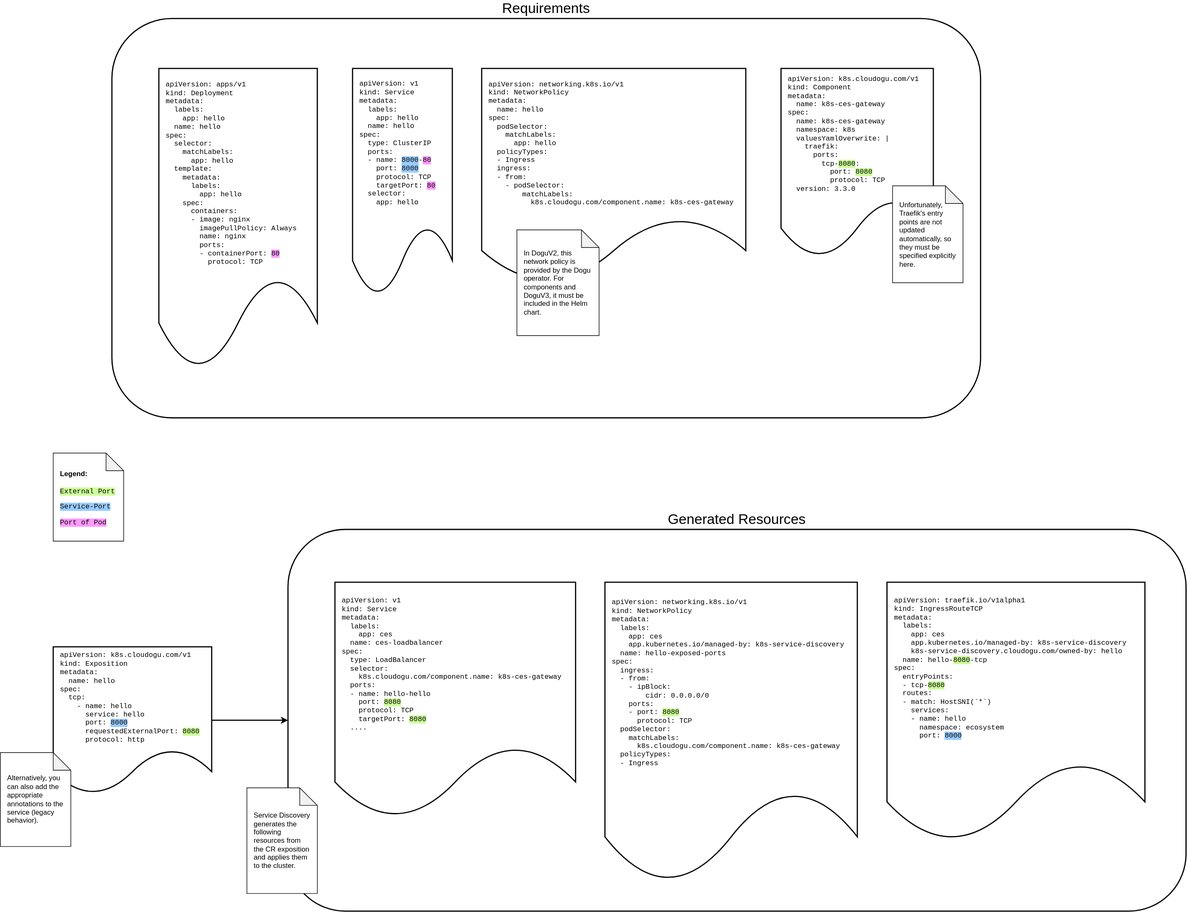
Before: docs/operations/figures/exposition_port-mappings_en.drawio.svg, a diagram exported from draw.io (cloudogu/k8s-service-discovery). Source tidied: cells renumbered, new cells last; positions are measured from the earlier drawing's top-left corner, leaving out a move shared by most shapes.
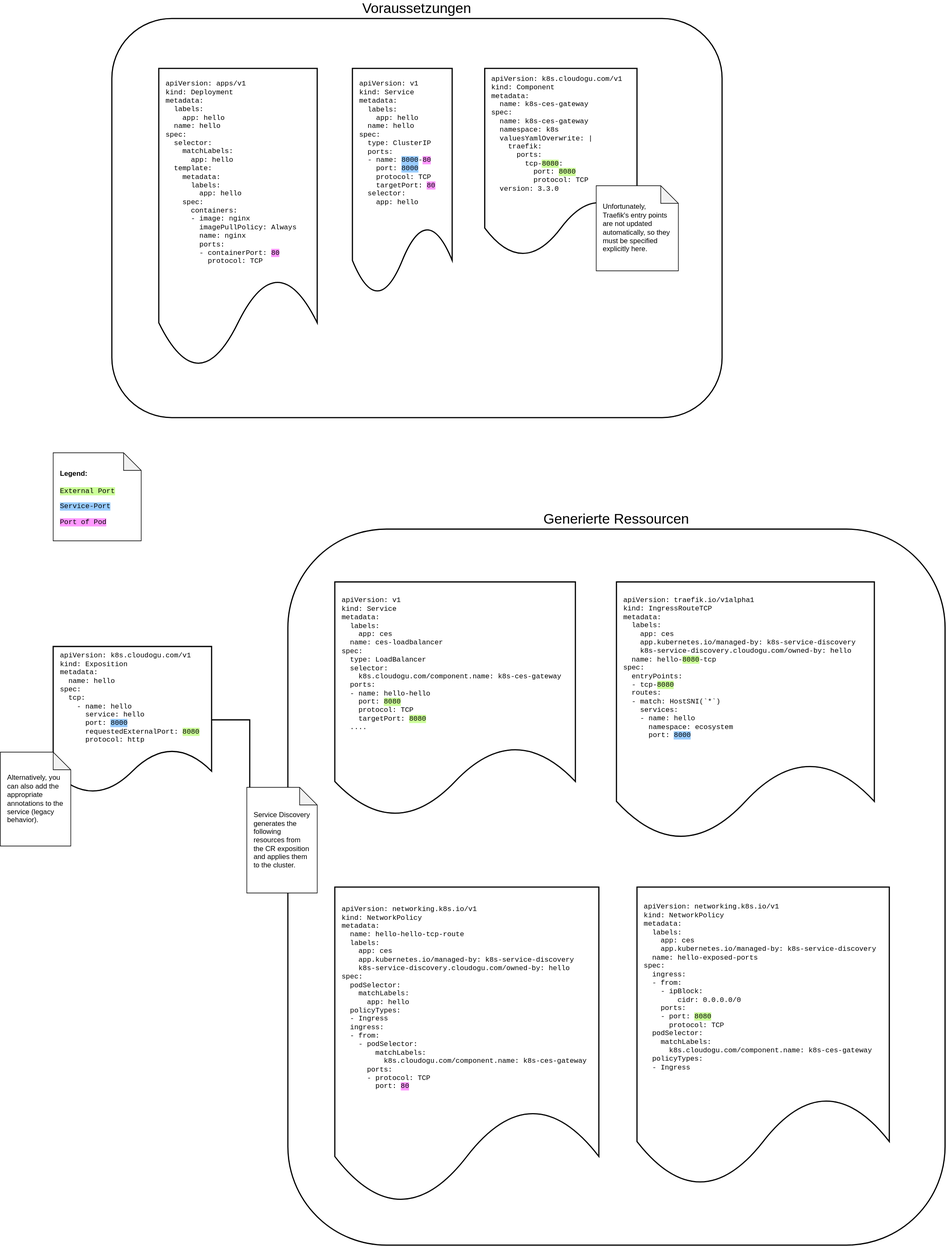
After the commit.

Change to the diagram source:
```diff
@@ -2,8 +2,8 @@
   <root>
     <mxCell id="0" />
     <mxCell id="1" parent="0" />
-    <mxCell id="2" value="&lt;font style=&quot;font-size: 24px;&quot;&gt;Generated Resources&lt;/font&gt;" style="rounded=1;whiteSpace=wrap;html=1;strokeWidth=2;labelPosition=center;verticalLabelPosition=top;align=center;verticalAlign=bottom;" parent="1" vertex="1">
-      <mxGeometry x="490" y="870" width="1530" height="650" as="geometry" />
+    <mxCell id="2" value="&lt;font style=&quot;font-size: 24px;&quot;&gt;Generierte Ressourcen&lt;/font&gt;" style="rounded=1;whiteSpace=wrap;html=1;strokeWidth=2;labelPosition=center;verticalLabelPosition=top;align=center;verticalAlign=bottom;" parent="1" vertex="1">
+      <mxGeometry x="490" y="870" width="1120" height="1220" as="geometry" />
     </mxCell>
     <mxCell id="3" style="edgeStyle=orthogonalEdgeStyle;rounded=0;jettySize=auto;html=1;exitX=1;exitY=0.5;exitDx=0;exitDy=0;entryX=0;entryY=0.5;entryDx=0;entryDy=0;strokeWidth=2;" parent="1" edge="1" source="4" target="2">
       <mxGeometry relative="1" as="geometry" />
@@ -12,16 +12,16 @@
       <mxGeometry x="90" y="1070" width="270" height="250" as="geometry" />
     </mxCell>
     <mxCell id="5" value="&lt;div align=&quot;left&quot;&gt;&lt;pre&gt;&lt;font face=&quot;Courier New&quot;&gt;apiVersion: networking.k8s.io/v1&lt;br&gt;kind: NetworkPolicy&lt;br&gt;metadata:&lt;br&gt;&amp;nbsp; labels:&lt;br&gt;&amp;nbsp; &amp;nbsp; app: ces&lt;br&gt;&amp;nbsp; &amp;nbsp; app.kubernetes.io/managed-by: k8s-service-discovery&lt;br&gt;&amp;nbsp; name: hello-exposed-ports&lt;br&gt;spec:&lt;br&gt;&amp;nbsp; ingress:&lt;br&gt;&amp;nbsp; - from:&lt;br&gt;&amp;nbsp; &amp;nbsp; - ipBlock:&lt;br&gt;&amp;nbsp; &amp;nbsp; &amp;nbsp; &amp;nbsp; cidr: 0.0.0.0/0&lt;br&gt;&amp;nbsp; &amp;nbsp; ports:&lt;br&gt;&amp;nbsp; &amp;nbsp; - port: &lt;span style=&quot;background-color: rgb(204, 255, 153);&quot;&gt;8080&lt;/span&gt;&lt;br&gt;&amp;nbsp; &amp;nbsp; &amp;nbsp; protocol: TCP&lt;br&gt;&amp;nbsp; podSelector:&lt;br&gt;&amp;nbsp; &amp;nbsp; matchLabels:&lt;br&gt;&amp;nbsp; &amp;nbsp; &amp;nbsp; k8s.cloudogu.com/component.name: k8s-ces-gateway&lt;br&gt;&amp;nbsp; policyTypes:&lt;br&gt;&amp;nbsp; - Ingress&lt;/font&gt;&lt;/pre&gt;&lt;br&gt;&lt;/div&gt;" style="shape=document;whiteSpace=wrap;html=1;boundedLbl=1;align=left;strokeWidth=2;perimeterSpacing=0;spacing=12;" parent="1" vertex="1">
-      <mxGeometry x="1030" y="960" width="430" height="510" as="geometry" />
+      <mxGeometry x="1085" y="1480" width="430" height="510" as="geometry" />
     </mxCell>
     <mxCell id="6" value="&lt;div align=&quot;left&quot;&gt;&lt;pre&gt;&lt;font face=&quot;Courier New&quot;&gt;apiVersion: traefik.io/v1alpha1&lt;br&gt;kind: IngressRouteTCP&lt;br&gt;metadata:&lt;br&gt;  labels:&lt;br&gt;    app: ces&lt;br&gt;    app.kubernetes.io/managed-by: k8s-service-discovery&lt;br&gt;    k8s-service-discovery.cloudogu.com/owned-by: hello&lt;br&gt;  name: hello-&lt;span style=&quot;background-color: rgb(204, 255, 153);&quot;&gt;8080&lt;/span&gt;-tcp&lt;br&gt;spec:&lt;br&gt;  entryPoints:&lt;br&gt;  - tcp-&lt;span style=&quot;background-color: rgb(204, 255, 153);&quot;&gt;8080&lt;/span&gt;&lt;br&gt;  routes:&lt;br&gt;  - match: HostSNI(`*`)&lt;br&gt;    services:&lt;br&gt;    - name: hello&lt;br&gt;      namespace: ecosystem&lt;br&gt;      port: &lt;span style=&quot;background-color: rgb(153, 204, 255);&quot;&gt;8000&lt;/span&gt;&lt;/font&gt;&lt;/pre&gt;&lt;br&gt;&lt;/div&gt;" style="shape=document;whiteSpace=wrap;html=1;boundedLbl=1;align=left;strokeWidth=2;perimeterSpacing=0;spacing=12;" parent="1" vertex="1">
-      <mxGeometry x="1510.5" y="960" width="439.5" height="440" as="geometry" />
+      <mxGeometry x="1050" y="960" width="439.5" height="440" as="geometry" />
     </mxCell>
     <mxCell id="7" value="&lt;pre&gt;&lt;font face=&quot;Courier New&quot;&gt;apiVersion: v1&lt;br&gt;kind: Service&lt;br&gt;metadata:&lt;br&gt;&amp;nbsp; labels:&lt;br&gt;&amp;nbsp; &amp;nbsp; app: ces&lt;br&gt;&amp;nbsp; name: ces-loadbalancer&lt;br&gt;spec:&lt;/font&gt;&lt;font face=&quot;Courier New&quot;&gt;&lt;br&gt;&amp;nbsp; type: LoadBalancer&lt;/font&gt;&lt;font face=&quot;Courier New&quot;&gt;&lt;br&gt;&amp;nbsp; selector:&lt;br&gt;&amp;nbsp; &amp;nbsp; k8s.cloudogu.com/component.name: k8s-ces-gateway&lt;br&gt;&lt;/font&gt;&lt;font face=&quot;Courier New&quot;&gt;&amp;nbsp; ports:&lt;br&gt;&amp;nbsp; - name: hello-hello&lt;br&gt;&amp;nbsp; &amp;nbsp; port: &lt;span style=&quot;background-color: rgb(204, 255, 153);&quot;&gt;8080&lt;/span&gt;&lt;br&gt;&amp;nbsp; &amp;nbsp; protocol: TCP&lt;br&gt;&amp;nbsp; &amp;nbsp; targetPort: &lt;span style=&quot;background-color: rgb(204, 255, 153);&quot;&gt;8080&lt;/span&gt;&lt;br&gt;&amp;nbsp; ....&lt;/font&gt;&lt;/pre&gt;" style="shape=document;whiteSpace=wrap;html=1;boundedLbl=1;align=left;strokeWidth=2;perimeterSpacing=0;spacing=12;" parent="1" vertex="1">
       <mxGeometry x="570" y="960" width="410" height="400" as="geometry" />
     </mxCell>
-    <mxCell id="8" value="&lt;font style=&quot;font-size: 24px;&quot;&gt;Requirements&lt;/font&gt;" style="rounded=1;whiteSpace=wrap;html=1;strokeWidth=2;labelPosition=center;verticalLabelPosition=top;align=center;verticalAlign=bottom;" parent="1" vertex="1">
-      <mxGeometry x="190" width="1480" height="680" as="geometry" />
+    <mxCell id="8" value="&lt;font style=&quot;font-size: 24px;&quot;&gt;Voraussetzungen&lt;/font&gt;" style="rounded=1;whiteSpace=wrap;html=1;strokeWidth=2;labelPosition=center;verticalLabelPosition=top;align=center;verticalAlign=bottom;" parent="1" vertex="1">
+      <mxGeometry x="190" width="1040" height="680" as="geometry" />
     </mxCell>
     <mxCell id="9" value="&lt;pre&gt;&lt;font face=&quot;Courier New&quot;&gt;apiVersion: apps/v1&lt;br&gt;kind: Deployment&lt;br&gt;metadata:&lt;br&gt;&amp;nbsp; labels:&lt;br&gt;&amp;nbsp; &amp;nbsp; app: hello&lt;br&gt;&amp;nbsp; name: hello&lt;br&gt;spec:&lt;br&gt;&amp;nbsp; selector:&lt;br&gt;&amp;nbsp; &amp;nbsp; matchLabels:&lt;br&gt;&amp;nbsp; &amp;nbsp; &amp;nbsp; app: hello&lt;br&gt;&amp;nbsp; template:&lt;br&gt;&amp;nbsp; &amp;nbsp; metadata:&lt;br&gt;&amp;nbsp; &amp;nbsp; &amp;nbsp; labels:&lt;br&gt;&amp;nbsp; &amp;nbsp; &amp;nbsp; &amp;nbsp; app: hello&lt;br&gt;&amp;nbsp; &amp;nbsp; spec:&lt;br&gt;&amp;nbsp; &amp;nbsp; &amp;nbsp; containers:&lt;br&gt;&amp;nbsp; &amp;nbsp; &amp;nbsp; - image: nginx&lt;br&gt;&amp;nbsp; &amp;nbsp; &amp;nbsp; &amp;nbsp; imagePullPolicy: Always&lt;br&gt;&amp;nbsp; &amp;nbsp; &amp;nbsp; &amp;nbsp; name: nginx&lt;br&gt;&amp;nbsp; &amp;nbsp; &amp;nbsp; &amp;nbsp; ports:&lt;br&gt;&amp;nbsp; &amp;nbsp; &amp;nbsp; &amp;nbsp; - containerPort: &lt;span style=&quot;background-color: rgb(255, 153, 255);&quot;&gt;80&lt;/span&gt;&lt;br&gt;&amp;nbsp; &amp;nbsp; &amp;nbsp; &amp;nbsp; &amp;nbsp; protocol: TCP&lt;/font&gt;&lt;/pre&gt;" style="shape=document;whiteSpace=wrap;html=1;boundedLbl=1;align=left;strokeWidth=2;perimeterSpacing=0;spacing=12;" parent="1" vertex="1">
       <mxGeometry x="270" y="85" width="270" height="510" as="geometry" />
@@ -29,26 +29,23 @@
     <mxCell id="10" value="&lt;pre&gt;&lt;font face=&quot;Courier New&quot;&gt;apiVersion: v1&lt;br&gt;kind: Service&lt;br&gt;metadata:&lt;br&gt;&amp;nbsp; labels:&lt;br&gt;&amp;nbsp; &amp;nbsp; app: hello&lt;br&gt;&amp;nbsp; name: hello&lt;br&gt;spec:&lt;/font&gt;&lt;font face=&quot;Courier New&quot;&gt;&lt;br&gt;&amp;nbsp; type: ClusterIP&lt;br&gt;&lt;/font&gt;&lt;font face=&quot;Courier New&quot;&gt;&amp;nbsp; ports:&lt;br&gt;&amp;nbsp; - name: &lt;span style=&quot;background-color: rgb(153, 204, 255);&quot;&gt;8000&lt;/span&gt;-&lt;span style=&quot;background-color: rgb(255, 153, 255);&quot;&gt;80&lt;/span&gt;&lt;br&gt;&amp;nbsp; &amp;nbsp; port: &lt;span style=&quot;background-color: rgb(153, 204, 255);&quot;&gt;8000&lt;/span&gt;&lt;br&gt;&amp;nbsp; &amp;nbsp; protocol: TCP&lt;br&gt;&amp;nbsp; &amp;nbsp; targetPort: &lt;span style=&quot;background-color: rgb(255, 153, 255);&quot;&gt;80&lt;/span&gt;&lt;br&gt;&amp;nbsp; selector:&lt;br&gt;&amp;nbsp; &amp;nbsp; app: hello&lt;br&gt;&lt;br&gt;&lt;/font&gt;&lt;/pre&gt;" style="shape=document;whiteSpace=wrap;html=1;boundedLbl=1;align=left;strokeWidth=2;perimeterSpacing=0;spacing=12;" parent="1" vertex="1">
       <mxGeometry x="600" y="85" width="170" height="385" as="geometry" />
     </mxCell>
-    <mxCell id="11" value="&lt;pre&gt;&lt;font face=&quot;Courier New&quot;&gt;apiVersion: networking.k8s.io/v1&lt;br&gt;kind: NetworkPolicy&lt;br&gt;metadata:&lt;br&gt;&amp;nbsp; name: hello&lt;br&gt;spec:&lt;/font&gt;&lt;font face=&quot;Courier New&quot;&gt;&lt;br&gt;&amp;nbsp; podSelector:&lt;br&gt;&amp;nbsp; &amp;nbsp; matchLabels:&lt;br&gt;&amp;nbsp; &amp;nbsp; &amp;nbsp; app: hello&lt;br&gt;&amp;nbsp; policyTypes:&lt;br&gt;&amp;nbsp; - Ingress&lt;/font&gt;&lt;font face=&quot;Courier New&quot;&gt;&lt;br&gt;&amp;nbsp; ingress:&lt;br&gt;&amp;nbsp; - from:&lt;br&gt;&amp;nbsp; &amp;nbsp; - podSelector:&lt;br&gt;&amp;nbsp; &amp;nbsp; &amp;nbsp; &amp;nbsp; matchLabels:&lt;br&gt;&amp;nbsp; &amp;nbsp; &amp;nbsp; &amp;nbsp; &amp;nbsp; k8s.cloudogu.com/component.name: k8s-ces-gateway&lt;/font&gt;&lt;/pre&gt;" style="shape=document;whiteSpace=wrap;html=1;boundedLbl=1;align=left;strokeWidth=2;perimeterSpacing=0;spacing=12;" parent="1" vertex="1">
-      <mxGeometry x="820" y="85" width="450" height="365" as="geometry" />
+    <mxCell id="11" value="&lt;pre&gt;&lt;font face=&quot;Courier New&quot;&gt;apiVersion: networking.k8s.io/v1&lt;br&gt;kind: NetworkPolicy&lt;br&gt;metadata:&lt;br&gt;&amp;nbsp; name: hello-hello-tcp-route&lt;br&gt;  labels:&lt;br&gt;    app: ces&lt;br&gt;    app.kubernetes.io/managed-by: k8s-service-discovery&lt;br&gt;    k8s-service-discovery.cloudogu.com/owned-by: hello&lt;br&gt;spec:&lt;/font&gt;&lt;font face=&quot;Courier New&quot;&gt;&lt;br&gt;&amp;nbsp; podSelector:&lt;br&gt;&amp;nbsp; &amp;nbsp; matchLabels:&lt;br&gt;&amp;nbsp; &amp;nbsp; &amp;nbsp; app: hello&lt;br&gt;&amp;nbsp; policyTypes:&lt;br&gt;&amp;nbsp; - Ingress&lt;/font&gt;&lt;font face=&quot;Courier New&quot;&gt;&lt;br&gt;&amp;nbsp; ingress:&lt;br&gt;&amp;nbsp; - from:&lt;br&gt;&amp;nbsp; &amp;nbsp; - podSelector:&lt;br&gt;&amp;nbsp; &amp;nbsp; &amp;nbsp; &amp;nbsp; matchLabels:&lt;br&gt;&amp;nbsp; &amp;nbsp; &amp;nbsp; &amp;nbsp; &amp;nbsp; k8s.cloudogu.com/component.name: k8s-ces-gateway&lt;br&gt;      ports:&lt;br&gt;      - protocol: TCP&lt;br&gt;        port: &lt;/font&gt;&lt;font face=&quot;Courier New&quot;&gt;&lt;span style=&quot;background-color: rgb(255, 153, 255);&quot;&gt;80&lt;/span&gt;&lt;/font&gt;&lt;font face=&quot;Courier New&quot;&gt; &lt;/font&gt;&lt;/pre&gt;" style="shape=document;whiteSpace=wrap;html=1;boundedLbl=1;align=left;strokeWidth=2;perimeterSpacing=0;spacing=12;" parent="1" vertex="1">
+      <mxGeometry x="570" y="1480" width="450" height="540" as="geometry" />
     </mxCell>
     <mxCell id="12" value="&lt;pre role=&quot;code&quot;&gt;apiVersion: k8s.cloudogu.com/v1&lt;br&gt;kind: Component&lt;br&gt;metadata:&lt;br&gt;&amp;nbsp; name: k8s-ces-gateway&lt;br&gt;spec:&lt;br&gt;&amp;nbsp; name: k8s-ces-gateway&lt;br&gt;&amp;nbsp; namespace: k8s&lt;br&gt;&amp;nbsp; valuesYamlOverwrite: |&lt;br&gt;&amp;nbsp; &amp;nbsp; traefik:&lt;br&gt;&amp;nbsp; &amp;nbsp; &amp;nbsp; ports:&lt;br&gt;&amp;nbsp; &amp;nbsp; &amp;nbsp; &amp;nbsp; tcp-&lt;span style=&quot;background-color: rgb(204, 255, 153);&quot;&gt;8080&lt;/span&gt;:&lt;br&gt;&amp;nbsp; &amp;nbsp; &amp;nbsp; &amp;nbsp; &amp;nbsp; port: &lt;span style=&quot;background-color: rgb(204, 255, 153);&quot;&gt;8080&lt;/span&gt;&lt;br&gt;&amp;nbsp; &amp;nbsp; &amp;nbsp; &amp;nbsp; &amp;nbsp; protocol: TCP&lt;br&gt;&amp;nbsp; version: 3.3.0&lt;/pre&gt;" style="shape=document;whiteSpace=wrap;html=1;boundedLbl=1;align=left;strokeWidth=2;perimeterSpacing=0;spacing=12;" parent="1" vertex="1">
-      <mxGeometry x="1330" y="85" width="259.5" height="320" as="geometry" />
+      <mxGeometry x="825.5" y="85" width="259.5" height="320" as="geometry" />
     </mxCell>
     <mxCell id="13" value="Unfortunately, Traefik's entry points are not updated automatically, so they must be specified explicitly here." style="shape=note;whiteSpace=wrap;html=1;backgroundOutline=1;darkOpacity=0.05;align=left;spacingLeft=0;spacing=12;" parent="1" vertex="1">
-      <mxGeometry x="1520" y="285" width="120" height="165" as="geometry" />
+      <mxGeometry x="1015.5" y="285" width="140" height="145" as="geometry" />
     </mxCell>
-    <mxCell id="14" value="In DoguV2, this network policy is provided by the Dogu operator. For components and DoguV3, it must be included in the Helm chart." style="shape=note;whiteSpace=wrap;html=1;backgroundOutline=1;darkOpacity=0.05;align=left;spacingLeft=0;spacing=12;" parent="1" vertex="1">
-      <mxGeometry x="880" y="360" width="140" height="180" as="geometry" />
-    </mxCell>
-    <mxCell id="15" value="Service Discovery generates the following resources from the CR exposition and applies them to the cluster." style="shape=note;whiteSpace=wrap;html=1;backgroundOutline=1;darkOpacity=0.05;align=left;spacingLeft=0;spacing=12;" parent="1" vertex="1">
+    <mxCell id="15" value="&lt;span style=&quot;color: rgb(0, 0, 0); font-family: Helvetica; font-size: 12px; font-style: normal; font-variant-ligatures: normal; font-variant-caps: normal; font-weight: 400; letter-spacing: normal; orphans: 2; text-align: left; text-indent: 0px; text-transform: none; widows: 2; word-spacing: 0px; -webkit-text-stroke-width: 0px; white-space: normal; text-decoration-thickness: initial; text-decoration-style: initial; text-decoration-color: initial; display: inline !important; float: none;&quot;&gt;Service Discovery generates the following resources from the CR exposition and applies them to the cluster.&lt;/span&gt;" style="shape=note;whiteSpace=wrap;html=1;backgroundOutline=1;darkOpacity=0.05;align=left;spacingLeft=0;spacing=12;" parent="1" vertex="1">
       <mxGeometry x="420" y="1310" width="120" height="180" as="geometry" />
     </mxCell>
-    <mxCell id="16" value="Alternatively, you can also add the appropriate annotations to the service (legacy behavior)." style="shape=note;whiteSpace=wrap;html=1;backgroundOutline=1;darkOpacity=0.05;align=left;spacingLeft=0;spacing=12;" parent="1" vertex="1">
+    <mxCell id="16" value="&lt;span style=&quot;color: rgb(0, 0, 0); font-family: Helvetica; font-size: 12px; font-style: normal; font-variant-ligatures: normal; font-variant-caps: normal; font-weight: 400; letter-spacing: normal; orphans: 2; text-align: left; text-indent: 0px; text-transform: none; widows: 2; word-spacing: 0px; -webkit-text-stroke-width: 0px; white-space: normal; text-decoration-thickness: initial; text-decoration-style: initial; text-decoration-color: initial; display: inline !important; float: none;&quot;&gt;Alternatively, you can also add the appropriate annotations to the service (legacy behavior).&lt;/span&gt;" style="shape=note;whiteSpace=wrap;html=1;backgroundOutline=1;darkOpacity=0.05;align=left;spacingLeft=0;spacing=12;" parent="1" vertex="1">
       <mxGeometry y="1250" width="120" height="160" as="geometry" />
     </mxCell>
-    <mxCell id="17" value="&lt;h4&gt;Legend:&lt;/h4&gt;&lt;pre&gt;&lt;span style=&quot;background-color: rgb(204, 255, 153);&quot;&gt;External Port&lt;/span&gt;&lt;/pre&gt;&lt;pre&gt;&lt;span style=&quot;background-color: rgb(153, 204, 255);&quot;&gt;Service-Port&lt;/span&gt;&lt;/pre&gt;&lt;pre&gt;&lt;span style=&quot;background-color: rgb(255, 153, 255);&quot;&gt;Port of Pod&lt;/span&gt;&lt;/pre&gt;" style="shape=note;whiteSpace=wrap;html=1;backgroundOutline=1;darkOpacity=0.05;align=left;spacingLeft=0;spacing=12;" parent="1" vertex="1">
-      <mxGeometry x="90" y="740" width="120" height="150" as="geometry" />
+    <mxCell id="17" value="&lt;h4 style=&quot;color: rgb(0, 0, 0); font-family: Helvetica; font-size: 12px; font-style: normal; font-variant-ligatures: normal; font-variant-caps: normal; letter-spacing: normal; orphans: 2; text-align: left; text-indent: 0px; text-transform: none; widows: 2; word-spacing: 0px; -webkit-text-stroke-width: 0px; white-space: normal; text-decoration-thickness: initial; text-decoration-style: initial; text-decoration-color: initial;&quot;&gt;Legend:&lt;/h4&gt;&lt;pre style=&quot;color: rgb(0, 0, 0); font-size: 12px; font-style: normal; font-variant-ligatures: normal; font-variant-caps: normal; font-weight: 400; letter-spacing: normal; orphans: 2; text-align: left; text-indent: 0px; text-transform: none; widows: 2; word-spacing: 0px; -webkit-text-stroke-width: 0px; text-decoration-thickness: initial; text-decoration-style: initial; text-decoration-color: initial;&quot;&gt;&lt;span style=&quot;background-color: rgb(204, 255, 153);&quot;&gt;External Port&lt;/span&gt;&lt;/pre&gt;&lt;pre style=&quot;color: rgb(0, 0, 0); font-size: 12px; font-style: normal; font-variant-ligatures: normal; font-variant-caps: normal; font-weight: 400; letter-spacing: normal; orphans: 2; text-align: left; text-indent: 0px; text-transform: none; widows: 2; word-spacing: 0px; -webkit-text-stroke-width: 0px; text-decoration-thickness: initial; text-decoration-style: initial; text-decoration-color: initial;&quot;&gt;&lt;span style=&quot;background-color: rgb(153, 204, 255);&quot;&gt;Service-Port&lt;/span&gt;&lt;/pre&gt;&lt;pre style=&quot;color: rgb(0, 0, 0); font-size: 12px; font-style: normal; font-variant-ligatures: normal; font-variant-caps: normal; font-weight: 400; letter-spacing: normal; orphans: 2; text-align: left; text-indent: 0px; text-transform: none; widows: 2; word-spacing: 0px; -webkit-text-stroke-width: 0px; text-decoration-thickness: initial; text-decoration-style: initial; text-decoration-color: initial;&quot;&gt;&lt;span style=&quot;background-color: rgb(255, 153, 255);&quot;&gt;Port of Pod&lt;/span&gt;&lt;/pre&gt;" style="shape=note;whiteSpace=wrap;html=1;backgroundOutline=1;darkOpacity=0.05;align=left;spacingLeft=0;spacing=12;" parent="1" vertex="1">
+      <mxGeometry x="90" y="740" width="150" height="150" as="geometry" />
     </mxCell>
   </root>
 </mxGraphModel>
```
